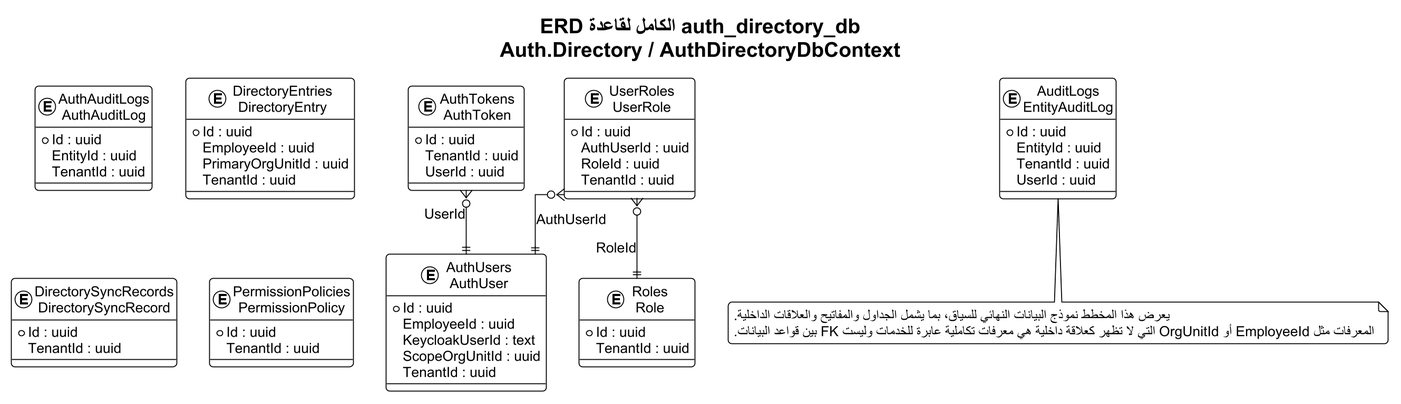
Earlier version of the PlantUML export docs/thesis_diagrams/database_erdds/rendered/03_authdirectory.png (omardefdev/HRManagement).
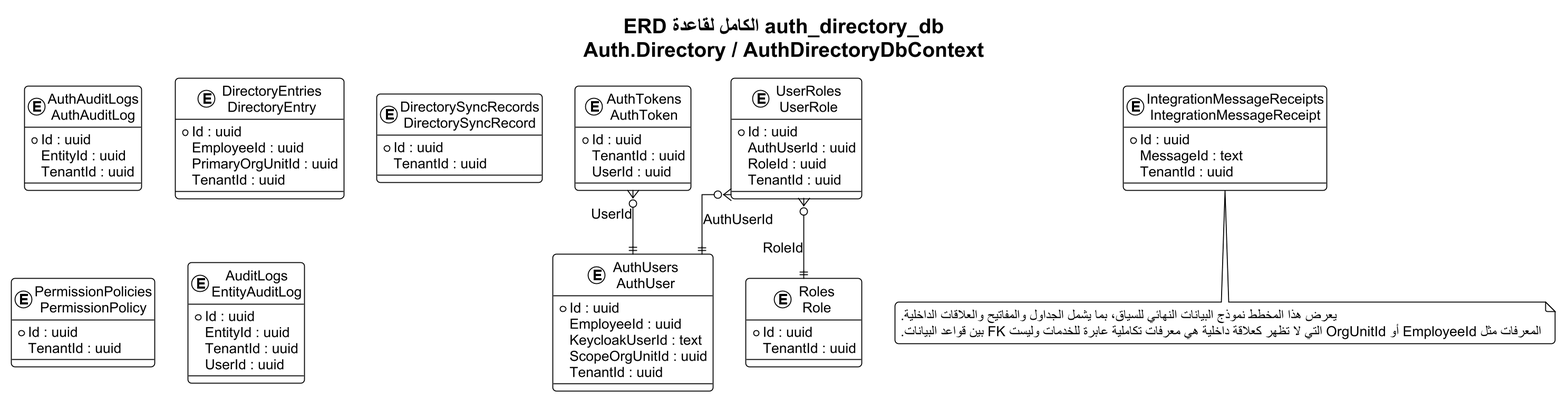
The same file after the commit.

Change to the diagram source:
```diff
@@ -59,6 +59,11 @@
     TenantId : uuid
     UserId : uuid
 }
+entity "IntegrationMessageReceipts\nIntegrationMessageReceipt" as T10 {
+  * Id : uuid
+    MessageId : text
+    TenantId : uuid
+}
 
 T02 }o--|| T03 : UserId
 T08 }o--|| T03 : AuthUserId
```
